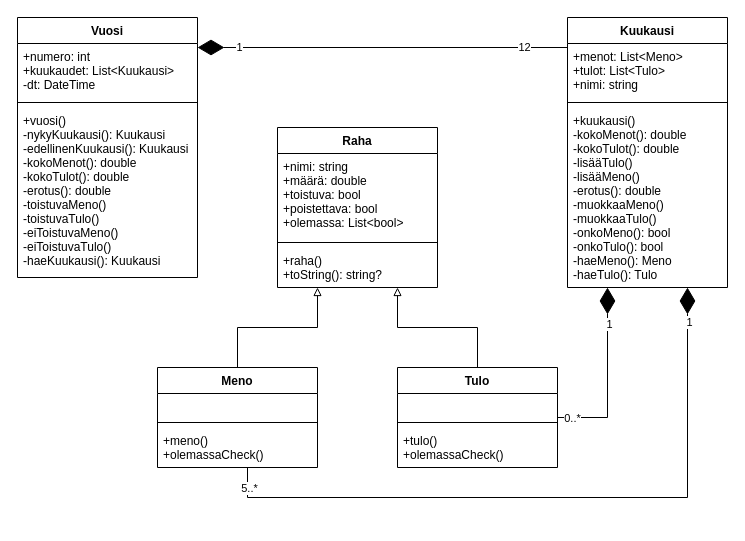
The draw.io diagram Kuvaajat/luokkadiagrammi.drawio in MattiTontti/Budjettilaskuri, before the edit. Source tidied: cells renumbered, new cells numbered last; positions are measured from the earlier drawing's top-left corner, leaving out a move shared by most shapes. Both pictures are drawn from the tidied source at 100%, with x=0, y=0 at pixel (17, 17).
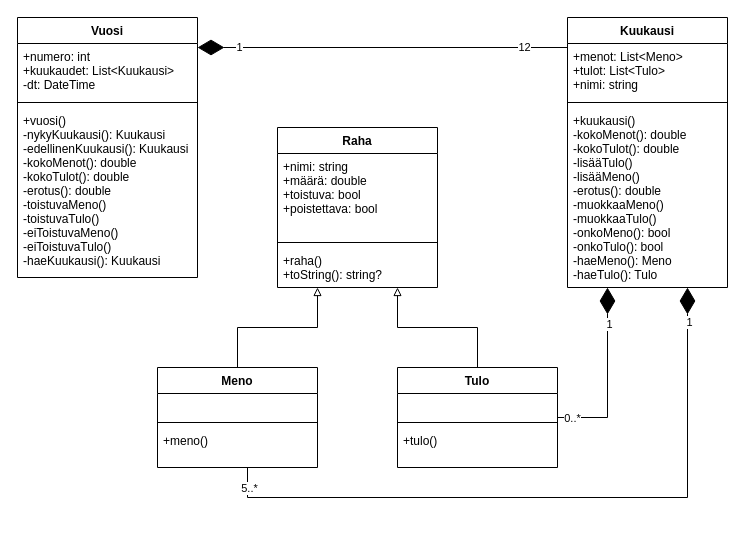
Above is the later version.

Unchanged cells that the change refers to:
```xml
<mxCell id="10" value="Raha" style="swimlane;fontStyle=1;align=center;verticalAlign=top;horizontal=1;startSize=26;swimlaneLine=1;" parent="1" vertex="1">
  <mxGeometry x="260" y="110" width="160" height="160" as="geometry" />
</mxCell>
<mxCell id="14" value="Meno" style="swimlane;fontStyle=1;align=center;verticalAlign=top;horizontal=1;startSize=26;swimlaneLine=1;" parent="1" vertex="1">
  <mxGeometry x="140" y="350" width="160" height="100" as="geometry" />
</mxCell>
<mxCell id="18" value="Tulo" style="swimlane;fontStyle=1;align=center;verticalAlign=top;horizontal=1;startSize=26;swimlaneLine=1;" parent="1" vertex="1">
  <mxGeometry x="380" y="350" width="160" height="100" as="geometry" />
</mxCell>
```

What changed in the source:
```diff
@@
-    <mxCell id="11" value="+nimi: string&#10;+määrä: double&#10;+toistuva: bool&#10;+poistettava: bool&#10;+olemassa: List&lt;bool&gt;&#10;&#10;&#10;&#10;" style="text;strokeColor=none;fillColor=none;align=left;verticalAlign=top;spacingLeft=4;spacingRight=4;overflow=hidden;" parent="10" vertex="1">
+    <mxCell id="11" value="+nimi: string&#10;+määrä: double&#10;+toistuva: bool&#10;+poistettava: bool&#10;&#10;&#10;&#10;" style="text;strokeColor=none;fillColor=none;align=left;verticalAlign=top;spacingLeft=4;spacingRight=4;overflow=hidden;" parent="10" vertex="1">
       <mxGeometry y="26" width="160" height="84" as="geometry" />
     </mxCell>
@@
-    <mxCell id="17" value="+meno()&#10;+olemassaCheck()&#10;" style="text;strokeColor=none;fillColor=none;align=left;verticalAlign=top;spacingLeft=4;spacingRight=4;overflow=hidden;" parent="14" vertex="1">
+    <mxCell id="17" value="+meno()&#10;" style="text;strokeColor=none;fillColor=none;align=left;verticalAlign=top;spacingLeft=4;spacingRight=4;overflow=hidden;" parent="14" vertex="1">
       <mxGeometry y="60" width="160" height="40" as="geometry" />
     </mxCell>
@@
-    <mxCell id="21" value="+tulo()&#10;+olemassaCheck()&#10;" style="text;strokeColor=none;fillColor=none;align=left;verticalAlign=top;spacingLeft=4;spacingRight=4;overflow=hidden;" parent="18" vertex="1">
+    <mxCell id="21" value="+tulo()&#10;" style="text;strokeColor=none;fillColor=none;align=left;verticalAlign=top;spacingLeft=4;spacingRight=4;overflow=hidden;" parent="18" vertex="1">
       <mxGeometry y="60" width="160" height="40" as="geometry" />
     </mxCell>
```
